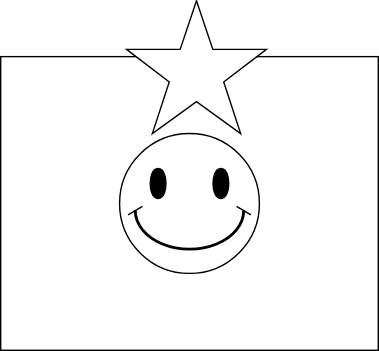
This is Untitled Diagram.drawio.svg from shulhi/drawio-drawings, a draw.io export, as it was before one commit. Source tidied: cells renumbered, new cells last; positions are measured from the earlier drawing's top-left corner, leaving out a move shared by most shapes.
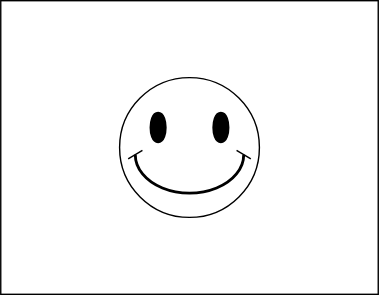
The same file after the commit.

Diff of the diagram source:
```diff
@@ -8,8 +8,5 @@
     <mxCell id="3" style="verticalLabelPosition=bottom;verticalAlign=top;html=1;shape=mxgraph.basic.smiley;" parent="1" vertex="1">
       <mxGeometry x="85" y="95" width="100" height="100" as="geometry" />
     </mxCell>
-    <mxCell id="4" style="verticalLabelPosition=bottom;verticalAlign=top;html=1;shape=mxgraph.basic.star;" parent="1" vertex="1">
-      <mxGeometry x="90" width="100" height="95" as="geometry" />
-    </mxCell>
   </root>
 </mxGraphModel>
```
